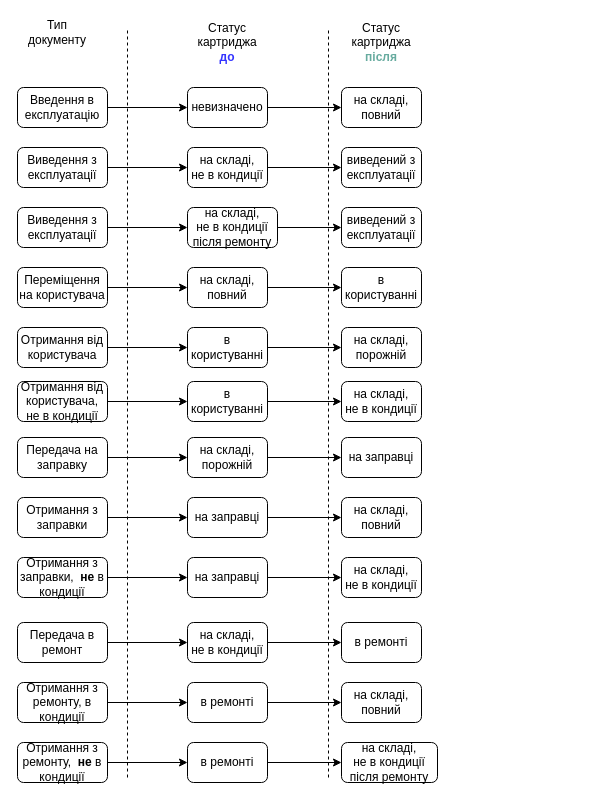
IgorTkachuk/caartridge_accounting keeps this draw.io diagram as page "Flow diagram" (2 of 2) of docs/cartridge_accounting.drawio. Above is the earlier version. Source tidied: cells renumbered, new cells numbered last; positions are measured from the earlier drawing's top-left corner, leaving out a move shared by most shapes. Both pictures are drawn from the tidied source at 100%, with x=0, y=0 at pixel (17, 17).
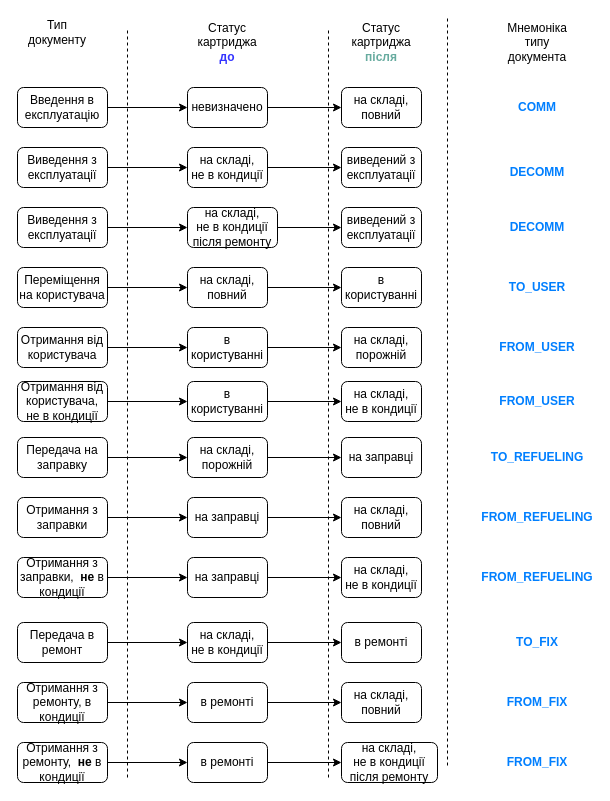
Above is the later version.

Diff of the diagram source:
```diff
@@
+    <mxCell id="67" style="endArrow=none;dashed=1;html=1;rounded=0;shadow=0;" parent="1" edge="1">
+      <mxGeometry relative="1" as="geometry">
+        <mxPoint x="430" y="748" as="sourcePoint" />
+        <mxPoint x="430" as="targetPoint" />
+      </mxGeometry>
+    </mxCell>
+    <mxCell id="68" value="Мнемоніка типу документа" style="text;html=1;strokeColor=none;fillColor=none;align=center;verticalAlign=middle;whiteSpace=wrap;rounded=0;" parent="1" vertex="1">
+      <mxGeometry x="490" y="10" width="60" height="30" as="geometry" />
+    </mxCell>
+    <mxCell id="69" value="COMM" style="text;html=1;strokeColor=none;fillColor=none;align=center;verticalAlign=middle;whiteSpace=wrap;rounded=0;fontStyle=1;fontColor=#007FFF;" parent="1" vertex="1">
+      <mxGeometry x="490" y="75" width="60" height="30" as="geometry" />
+    </mxCell>
+    <mxCell id="70" value="DECOMM" style="text;html=1;strokeColor=none;fillColor=none;align=center;verticalAlign=middle;whiteSpace=wrap;rounded=0;fontStyle=1;fontColor=#007FFF;" parent="1" vertex="1">
+      <mxGeometry x="490" y="140" width="60" height="30" as="geometry" />
+    </mxCell>
+    <mxCell id="71" value="DECOMM" style="text;html=1;strokeColor=none;fillColor=none;align=center;verticalAlign=middle;whiteSpace=wrap;rounded=0;fontStyle=1;fontColor=#007FFF;" parent="1" vertex="1">
+      <mxGeometry x="490" y="195" width="60" height="30" as="geometry" />
+    </mxCell>
+    <mxCell id="72" value="TO_USER" style="text;html=1;strokeColor=none;fillColor=none;align=center;verticalAlign=middle;whiteSpace=wrap;rounded=0;fontStyle=1;fontColor=#007FFF;" parent="1" vertex="1">
+      <mxGeometry x="490" y="255" width="60" height="30" as="geometry" />
+    </mxCell>
+    <mxCell id="73" value="FROM_USER" style="text;html=1;strokeColor=none;fillColor=none;align=center;verticalAlign=middle;whiteSpace=wrap;rounded=0;fontStyle=1;fontColor=#007FFF;" parent="1" vertex="1">
+      <mxGeometry x="490" y="315" width="60" height="30" as="geometry" />
+    </mxCell>
+    <mxCell id="74" value="FROM_USER" style="text;html=1;strokeColor=none;fillColor=none;align=center;verticalAlign=middle;whiteSpace=wrap;rounded=0;fontStyle=1;fontColor=#007FFF;" parent="1" vertex="1">
+      <mxGeometry x="490" y="369" width="60" height="30" as="geometry" />
+    </mxCell>
+    <mxCell id="75" value="TO_REFUELING" style="text;html=1;strokeColor=none;fillColor=none;align=center;verticalAlign=middle;whiteSpace=wrap;rounded=0;fontStyle=1;fontColor=#007FFF;" parent="1" vertex="1">
+      <mxGeometry x="490" y="425" width="60" height="30" as="geometry" />
+    </mxCell>
+    <mxCell id="76" value="FROM_REFUELING" style="text;html=1;strokeColor=none;fillColor=none;align=center;verticalAlign=middle;whiteSpace=wrap;rounded=0;fontStyle=1;fontColor=#007FFF;" parent="1" vertex="1">
+      <mxGeometry x="490" y="485" width="60" height="30" as="geometry" />
+    </mxCell>
+    <mxCell id="77" value="FROM_REFUELING" style="text;html=1;strokeColor=none;fillColor=none;align=center;verticalAlign=middle;whiteSpace=wrap;rounded=0;fontStyle=1;fontColor=#007FFF;" parent="1" vertex="1">
+      <mxGeometry x="490" y="545" width="60" height="30" as="geometry" />
+    </mxCell>
+    <mxCell id="78" value="TO_FIX" style="text;html=1;strokeColor=none;fillColor=none;align=center;verticalAlign=middle;whiteSpace=wrap;rounded=0;fontStyle=1;fontColor=#007FFF;" parent="1" vertex="1">
+      <mxGeometry x="490" y="610" width="60" height="30" as="geometry" />
+    </mxCell>
+    <mxCell id="79" value="FROM_FIX" style="text;html=1;strokeColor=none;fillColor=none;align=center;verticalAlign=middle;whiteSpace=wrap;rounded=0;fontStyle=1;fontColor=#007FFF;" parent="1" vertex="1">
+      <mxGeometry x="490" y="670" width="60" height="30" as="geometry" />
+    </mxCell>
+    <mxCell id="80" value="FROM_FIX" style="text;html=1;strokeColor=none;fillColor=none;align=center;verticalAlign=middle;whiteSpace=wrap;rounded=0;fontStyle=1;fontColor=#007FFF;" parent="1" vertex="1">
+      <mxGeometry x="490" y="730" width="60" height="30" as="geometry" />
+    </mxCell>
```
